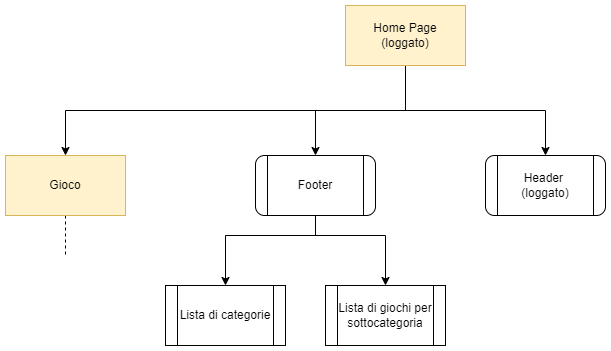
This is Images/BP_homepage loggato.png from MarcoTomasone/Gioco.it-Redesign, a draw.io export, as it was before one commit. Source tidied: cells renumbered, new cells last; positions are measured from the earlier drawing's top-left corner, leaving out a move shared by most shapes. Source of this version:
```xml
<mxGraphModel>
  <root>
    <mxCell id="0" />
    <mxCell id="1" parent="0" />
    <mxCell id="2" style="edgeStyle=orthogonalEdgeStyle;rounded=0;jettySize=auto;html=1;exitX=0.5;exitY=1;exitDx=0;exitDy=0;entryX=0.5;entryY=0;entryDx=0;entryDy=0;" parent="1" edge="1" source="5" target="7">
      <mxGeometry relative="1" as="geometry" />
    </mxCell>
    <mxCell id="3" style="edgeStyle=orthogonalEdgeStyle;rounded=0;jettySize=auto;html=1;exitX=0.5;exitY=1;exitDx=0;exitDy=0;entryX=0.5;entryY=0;entryDx=0;entryDy=0;endArrow=classic;endFill=1;" parent="1" edge="1" source="5" target="12">
      <mxGeometry relative="1" as="geometry" />
    </mxCell>
    <mxCell id="4" style="edgeStyle=orthogonalEdgeStyle;rounded=0;jettySize=auto;html=1;exitX=0.5;exitY=1;exitDx=0;exitDy=0;entryX=0.5;entryY=0;entryDx=0;entryDy=0;endArrow=classic;endFill=1;" parent="1" edge="1" source="5">
      <mxGeometry relative="1" as="geometry">
        <mxPoint x="540" y="150" as="targetPoint" />
      </mxGeometry>
    </mxCell>
    <mxCell id="5" value="Home Page&lt;br&gt;(loggato)" style="rounded=0;whiteSpace=wrap;html=1;fillColor=#fff2cc;strokeColor=#d6b656;" parent="1" vertex="1">
      <mxGeometry x="340" width="120" height="60" as="geometry" />
    </mxCell>
    <mxCell id="6" style="edgeStyle=orthogonalEdgeStyle;rounded=0;jettySize=auto;html=1;exitX=0.5;exitY=1;exitDx=0;exitDy=0;dashed=1;endArrow=none;endFill=0;" parent="1" edge="1" source="7">
      <mxGeometry relative="1" as="geometry">
        <mxPoint x="60" y="250" as="targetPoint" />
      </mxGeometry>
    </mxCell>
    <mxCell id="7" value="Gioco" style="rounded=0;whiteSpace=wrap;html=1;fillColor=#fff2cc;strokeColor=#d6b656;" parent="1" vertex="1">
      <mxGeometry y="150" width="120" height="60" as="geometry" />
    </mxCell>
    <mxCell id="8" style="edgeStyle=orthogonalEdgeStyle;rounded=0;jettySize=auto;html=1;exitX=0.5;exitY=1;exitDx=0;exitDy=0;entryX=0.5;entryY=0;entryDx=0;entryDy=0;" parent="1" edge="1" target="10">
      <mxGeometry relative="1" as="geometry">
        <mxPoint x="220" y="230" as="sourcePoint" />
      </mxGeometry>
    </mxCell>
    <mxCell id="9" style="edgeStyle=orthogonalEdgeStyle;rounded=0;jettySize=auto;html=1;exitX=0.5;exitY=1;exitDx=0;exitDy=0;entryX=0.5;entryY=0;entryDx=0;entryDy=0;" parent="1" edge="1" target="13">
      <mxGeometry relative="1" as="geometry">
        <mxPoint x="220" y="230" as="sourcePoint" />
      </mxGeometry>
    </mxCell>
    <mxCell id="10" value="Lista di categorie" style="shape=process;whiteSpace=wrap;html=1;backgroundOutline=1;" parent="1" vertex="1">
      <mxGeometry x="160" y="280" width="120" height="60" as="geometry" />
    </mxCell>
    <mxCell id="11" style="edgeStyle=orthogonalEdgeStyle;rounded=0;jettySize=auto;html=1;exitX=0.5;exitY=1;exitDx=0;exitDy=0;endArrow=none;endFill=0;" parent="1" edge="1" source="12">
      <mxGeometry relative="1" as="geometry">
        <mxPoint x="310" y="230" as="targetPoint" />
      </mxGeometry>
    </mxCell>
    <mxCell id="12" value="Footer" style="shape=process;whiteSpace=wrap;html=1;backgroundOutline=1;rounded=1;" parent="1" vertex="1">
      <mxGeometry x="250" y="150" width="120" height="60" as="geometry" />
    </mxCell>
    <mxCell id="13" value="Lista di giochi per sottocategoria" style="shape=process;whiteSpace=wrap;html=1;backgroundOutline=1;" parent="1" vertex="1">
      <mxGeometry x="320" y="280" width="120" height="60" as="geometry" />
    </mxCell>
    <mxCell id="14" value="Header&amp;nbsp;&lt;br&gt;(loggato)" style="shape=process;whiteSpace=wrap;html=1;backgroundOutline=1;rounded=1;" parent="1" vertex="1">
      <mxGeometry x="480" y="150" width="120" height="60" as="geometry" />
    </mxCell>
  </root>
</mxGraphModel>
```
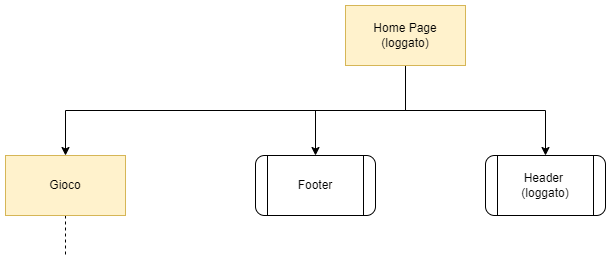
The same diagram one commit later.

Change to the diagram source:
```diff
@@ -5,7 +5,7 @@
     <mxCell id="2" style="edgeStyle=orthogonalEdgeStyle;rounded=0;jettySize=auto;html=1;exitX=0.5;exitY=1;exitDx=0;exitDy=0;entryX=0.5;entryY=0;entryDx=0;entryDy=0;" parent="1" edge="1" source="5" target="7">
       <mxGeometry relative="1" as="geometry" />
     </mxCell>
-    <mxCell id="3" style="edgeStyle=orthogonalEdgeStyle;rounded=0;jettySize=auto;html=1;exitX=0.5;exitY=1;exitDx=0;exitDy=0;entryX=0.5;entryY=0;entryDx=0;entryDy=0;endArrow=classic;endFill=1;" parent="1" edge="1" source="5" target="12">
+    <mxCell id="3" style="edgeStyle=orthogonalEdgeStyle;rounded=0;jettySize=auto;html=1;exitX=0.5;exitY=1;exitDx=0;exitDy=0;entryX=0.5;entryY=0;entryDx=0;entryDy=0;endArrow=classic;endFill=1;" parent="1" edge="1" source="5" target="8">
       <mxGeometry relative="1" as="geometry" />
     </mxCell>
     <mxCell id="4" style="edgeStyle=orthogonalEdgeStyle;rounded=0;jettySize=auto;html=1;exitX=0.5;exitY=1;exitDx=0;exitDy=0;entryX=0.5;entryY=0;entryDx=0;entryDy=0;endArrow=classic;endFill=1;" parent="1" edge="1" source="5">
@@ -24,32 +24,11 @@
     <mxCell id="7" value="Gioco" style="rounded=0;whiteSpace=wrap;html=1;fillColor=#fff2cc;strokeColor=#d6b656;" parent="1" vertex="1">
       <mxGeometry y="150" width="120" height="60" as="geometry" />
     </mxCell>
-    <mxCell id="8" style="edgeStyle=orthogonalEdgeStyle;rounded=0;jettySize=auto;html=1;exitX=0.5;exitY=1;exitDx=0;exitDy=0;entryX=0.5;entryY=0;entryDx=0;entryDy=0;" parent="1" edge="1" target="10">
-      <mxGeometry relative="1" as="geometry">
-        <mxPoint x="220" y="230" as="sourcePoint" />
-      </mxGeometry>
+    <mxCell id="8" value="Footer" style="shape=process;whiteSpace=wrap;html=1;backgroundOutline=1;rounded=1;" parent="1" vertex="1">
+      <mxGeometry x="250" y="150" width="120" height="60" as="geometry" />
     </mxCell>
-    <mxCell id="9" style="edgeStyle=orthogonalEdgeStyle;rounded=0;jettySize=auto;html=1;exitX=0.5;exitY=1;exitDx=0;exitDy=0;entryX=0.5;entryY=0;entryDx=0;entryDy=0;" parent="1" edge="1" target="13">
-      <mxGeometry relative="1" as="geometry">
-        <mxPoint x="220" y="230" as="sourcePoint" />
-      </mxGeometry>
+    <mxCell id="9" value="Header&amp;nbsp;&lt;br&gt;(loggato)" style="shape=process;whiteSpace=wrap;html=1;backgroundOutline=1;rounded=1;" parent="1" vertex="1">
+      <mxGeometry x="480" y="150" width="120" height="60" as="geometry" />
     </mxCell>
-    <mxCell id="10" value="Lista di categorie" style="shape=process;whiteSpace=wrap;html=1;backgroundOutline=1;" parent="1" vertex="1">
-      <mxGeometry x="160" y="280" width="120" height="60" as="geometry" />
-    </mxCell>
-    <mxCell id="11" style="edgeStyle=orthogonalEdgeStyle;rounded=0;jettySize=auto;html=1;exitX=0.5;exitY=1;exitDx=0;exitDy=0;endArrow=none;endFill=0;" parent="1" edge="1" source="12">
-      <mxGeometry relative="1" as="geometry">
-        <mxPoint x="310" y="230" as="targetPoint" />
-      </mxGeometry>
-    </mxCell>
-    <mxCell id="12" value="Footer" style="shape=process;whiteSpace=wrap;html=1;backgroundOutline=1;rounded=1;" parent="1" vertex="1">
-      <mxGeometry x="250" y="150" width="120" height="60" as="geometry" />
-    </mxCell>
-    <mxCell id="13" value="Lista di giochi per sottocategoria" style="shape=process;whiteSpace=wrap;html=1;backgroundOutline=1;" parent="1" vertex="1">
-      <mxGeometry x="320" y="280" width="120" height="60" as="geometry" />
-    </mxCell>
-    <mxCell id="14" value="Header&amp;nbsp;&lt;br&gt;(loggato)" style="shape=process;whiteSpace=wrap;html=1;backgroundOutline=1;rounded=1;" parent="1" vertex="1">
-      <mxGeometry x="480" y="150" width="120" height="60" as="geometry" />
-    </mxCell>
   </root>
 </mxGraphModel>
```
